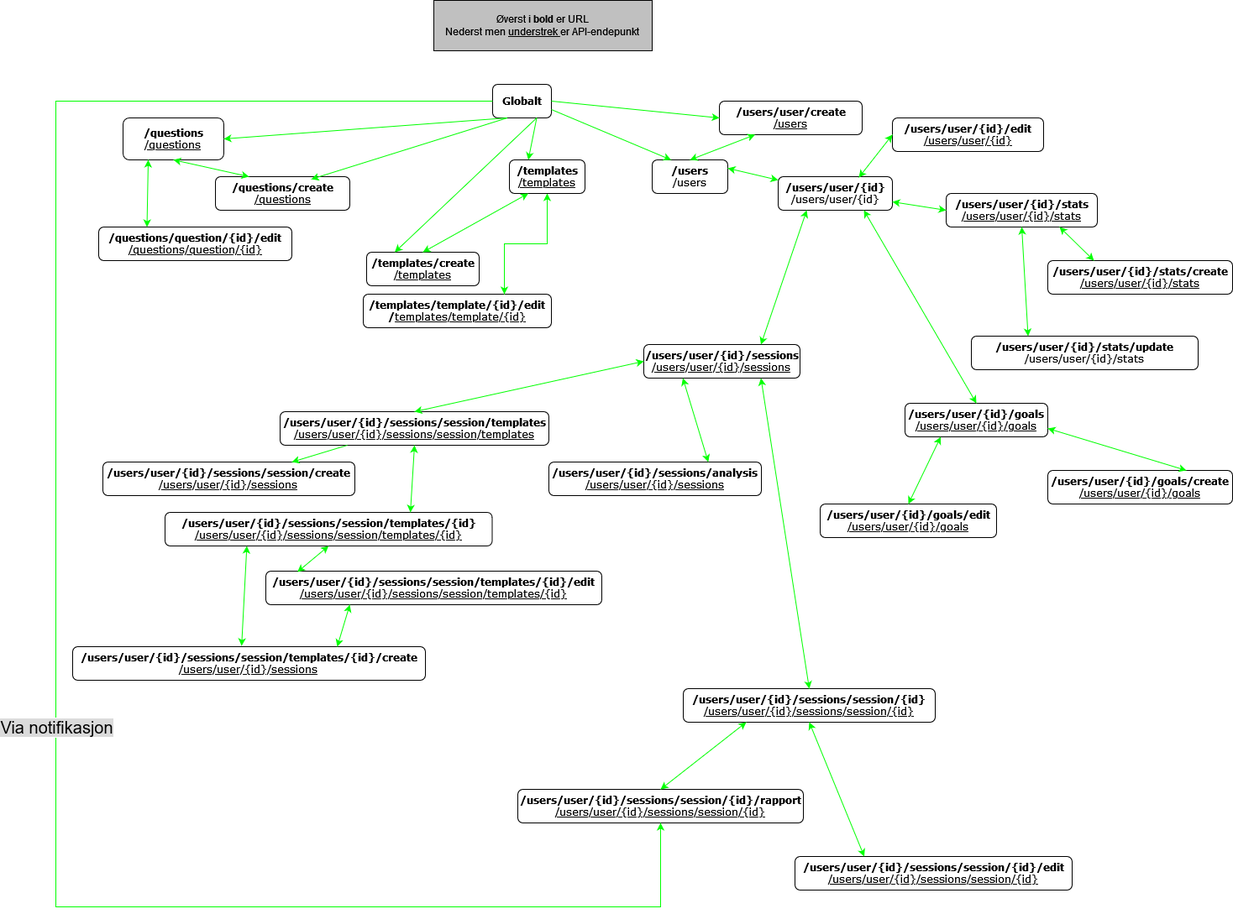
Earlier version of the draw.io export oppgave_2/oppg_2-1.drawio.png (Soso2509/WebApp-Eksamen2023). Source tidied: cells renumbered, new cells last; positions are measured from the earlier drawing's top-left corner, leaving out a move shared by most shapes.
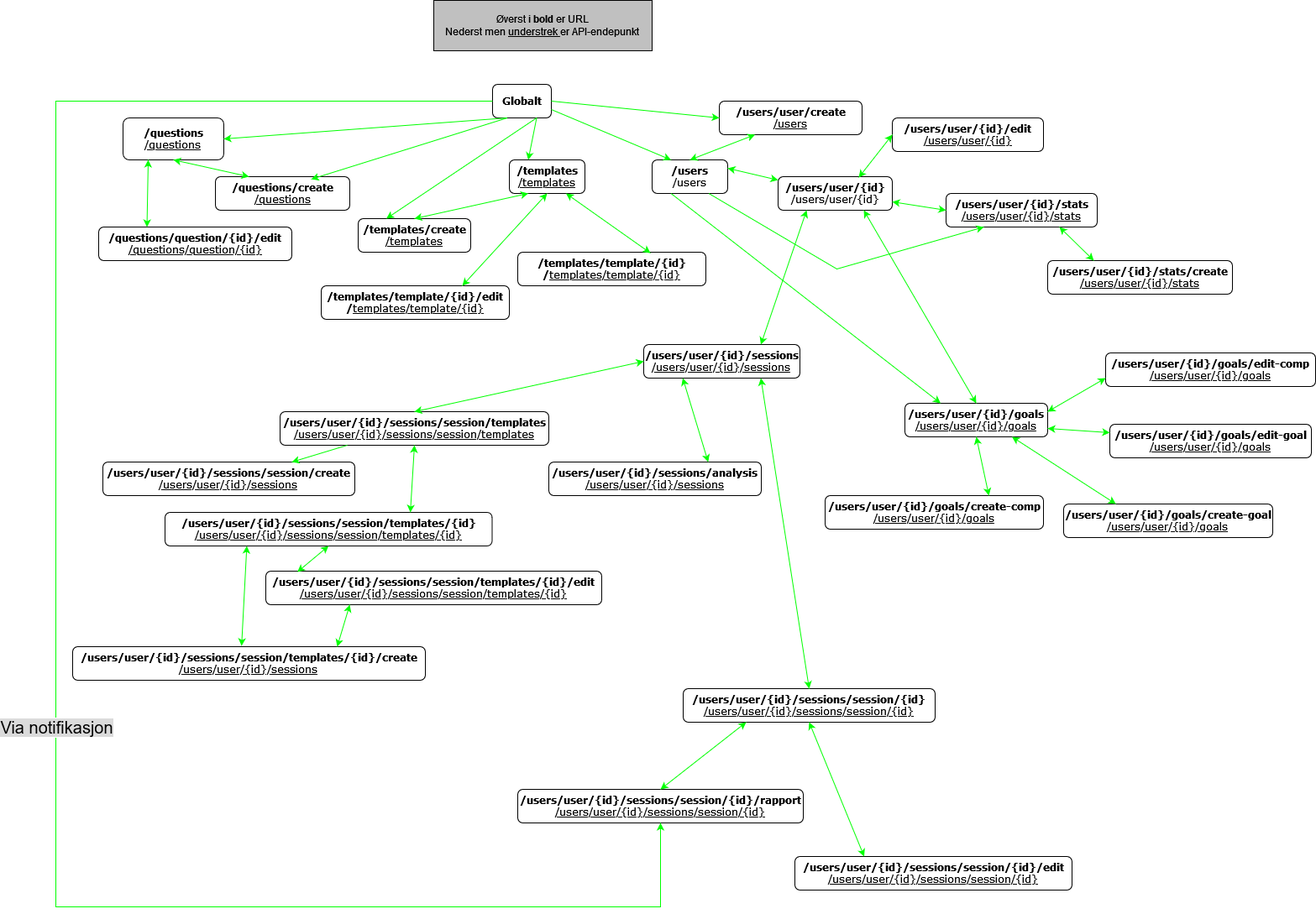
After the commit.

The edit, as a diff of the source:
```diff
@@ -6,14 +6,11 @@
       <mxGeometry x="710" y="190" width="90" height="40" as="geometry" />
     </mxCell>
     <mxCell id="3" value="&lt;div&gt;/templates/template/{id}/edit&lt;/div&gt;&lt;div&gt;/&lt;u style=&quot;font-weight: normal;&quot;&gt;templates/template/{id}&lt;/u&gt;&lt;/div&gt;" style="rounded=1;whiteSpace=wrap;html=1;fontFamily=Verdana;fontStyle=1;align=center;" parent="1" vertex="1">
-      <mxGeometry x="366" y="350" width="224" height="40" as="geometry" />
+      <mxGeometry x="316" y="340" width="224" height="40" as="geometry" />
     </mxCell>
     <mxCell id="4" value="Globalt" style="rounded=1;whiteSpace=wrap;html=1;fontFamily=Verdana;fontStyle=1;align=center;" parent="1" vertex="1">
       <mxGeometry x="520" y="100" width="70" height="40" as="geometry" />
     </mxCell>
-    <mxCell id="5" style="edgeStyle=orthogonalEdgeStyle;rounded=0;jettySize=auto;html=1;exitX=0.5;exitY=1;exitDx=0;exitDy=0;entryX=0.75;entryY=0;entryDx=0;entryDy=0;fontFamily=Verdana;fontStyle=1;align=center;fontColor=#00ff00;labelBackgroundColor=#000000;strokeColor=#00ff00;startArrow=classic;startFill=1;" parent="1" edge="1" source="6" target="3">
-      <mxGeometry relative="1" as="geometry" />
-    </mxCell>
     <mxCell id="6" value="&lt;div&gt;/templates&lt;/div&gt;&lt;div&gt;&lt;u style=&quot;font-weight: normal;&quot;&gt;/templates&lt;/u&gt;&lt;/div&gt;" style="rounded=1;whiteSpace=wrap;html=1;fontFamily=Verdana;fontStyle=1;align=center;" parent="1" vertex="1">
       <mxGeometry x="540" y="190" width="90" height="40" as="geometry" />
     </mxCell>
@@ -27,7 +24,7 @@
       <mxGeometry x="996" y="140" width="180" height="40" as="geometry" />
     </mxCell>
     <mxCell id="10" value="&lt;div&gt;/templates/create&lt;/div&gt;&lt;div&gt;&lt;u style=&quot;font-weight: normal;&quot;&gt;/templates&lt;/u&gt;&lt;/div&gt;" style="rounded=1;whiteSpace=wrap;html=1;fontFamily=Verdana;fontStyle=1;align=center;" parent="1" vertex="1">
-      <mxGeometry x="370" y="300" width="134" height="40" as="geometry" />
+      <mxGeometry x="360" y="260" width="134" height="40" as="geometry" />
     </mxCell>
     <mxCell id="11" style="endArrow=classic;html=1;rounded=0;entryX=0;entryY=0.5;entryDx=0;entryDy=0;fontFamily=Verdana;fontStyle=1;align=center;exitX=1;exitY=0.5;exitDx=0;exitDy=0;fontColor=#00ff00;labelBackgroundColor=#000000;strokeColor=#00ff00;" parent="1" edge="1" source="4" target="7">
       <mxGeometry relative="1" as="geometry" />
@@ -41,20 +38,17 @@
     <mxCell id="14" value="&lt;div&gt;/questions&lt;/div&gt;&lt;div&gt;&lt;u style=&quot;font-weight: normal;&quot;&gt;/questions&lt;/u&gt;&lt;br&gt;&lt;/div&gt;" style="rounded=1;whiteSpace=wrap;html=1;fontFamily=Verdana;fontStyle=1;align=center;" parent="1" vertex="1">
       <mxGeometry x="80" y="140" width="120" height="50" as="geometry" />
     </mxCell>
-    <mxCell id="15" value="&lt;div&gt;/users/user/{id}/goals/edit&lt;/div&gt;&lt;div&gt;&lt;span style=&quot;font-weight: normal;&quot;&gt;&lt;u&gt;/users/user/{id}/goals&lt;/u&gt;&lt;/span&gt;&lt;br&gt;&lt;/div&gt;" style="rounded=1;whiteSpace=wrap;html=1;fontFamily=Verdana;fontStyle=1;align=center;" parent="1" vertex="1">
-      <mxGeometry x="910" y="600" width="210" height="40" as="geometry" />
+    <mxCell id="15" value="&lt;div&gt;/users/user/{id}/goals/edit-comp&lt;/div&gt;&lt;div&gt;&lt;span style=&quot;font-weight: normal;&quot;&gt;&lt;u&gt;/users/user/{id}/goals&lt;/u&gt;&lt;/span&gt;&lt;br&gt;&lt;/div&gt;" style="rounded=1;whiteSpace=wrap;html=1;fontFamily=Verdana;fontStyle=1;align=center;" parent="1" vertex="1">
+      <mxGeometry x="1250" y="420" width="250" height="40" as="geometry" />
     </mxCell>
     <mxCell id="16" value="&lt;div&gt;/questions/question/{id}/edit&lt;/div&gt;&lt;div&gt;&lt;u style=&quot;font-weight: normal;&quot;&gt;/questions/question/{id}&lt;/u&gt;&lt;/div&gt;" style="rounded=1;whiteSpace=wrap;html=1;fontFamily=Verdana;fontStyle=1;align=center;" parent="1" vertex="1">
       <mxGeometry x="51" y="270" width="230" height="40" as="geometry" />
     </mxCell>
-    <mxCell id="17" value="&lt;div&gt;/users/user/{id}/stats/update&lt;/div&gt;&lt;div&gt;&lt;div&gt;&lt;span style=&quot;font-weight: normal;&quot;&gt;/users/user/{id}/stats&lt;/span&gt;&lt;br&gt;&lt;/div&gt;&lt;/div&gt;" style="rounded=1;whiteSpace=wrap;html=1;fontFamily=Verdana;fontStyle=1;align=center;" parent="1" vertex="1">
-      <mxGeometry x="1090" y="400" width="270" height="40" as="geometry" />
-    </mxCell>
     <mxCell id="18" value="&lt;div&gt;/users/user/{id}/goals&lt;/div&gt;&lt;div&gt;&lt;span style=&quot;font-weight: normal;&quot;&gt;&lt;u&gt;/users/user/{id}/goals&lt;/u&gt;&lt;/span&gt;&lt;/div&gt;" style="rounded=1;whiteSpace=wrap;html=1;fontFamily=Verdana;fontStyle=1;align=center;" parent="1" vertex="1">
       <mxGeometry x="1011" y="480" width="170" height="40" as="geometry" />
     </mxCell>
-    <mxCell id="19" value="&lt;div&gt;/users/user/{id}/goals/create&lt;/div&gt;&lt;div&gt;&lt;span style=&quot;font-weight: normal;&quot;&gt;&lt;u&gt;/users/user/{id}/goals&lt;/u&gt;&lt;/span&gt;&lt;br&gt;&lt;/div&gt;" style="rounded=1;whiteSpace=wrap;html=1;fontFamily=Verdana;fontStyle=1;align=center;" parent="1" vertex="1">
-      <mxGeometry x="1181" y="560" width="220" height="40" as="geometry" />
+    <mxCell id="19" value="&lt;div&gt;/users/user/{id}/goals/create-comp&lt;/div&gt;&lt;div&gt;&lt;span style=&quot;font-weight: normal;&quot;&gt;&lt;u&gt;/users/user/{id}/goals&lt;/u&gt;&lt;/span&gt;&lt;br&gt;&lt;/div&gt;" style="rounded=1;whiteSpace=wrap;html=1;fontFamily=Verdana;fontStyle=1;align=center;" parent="1" vertex="1">
+      <mxGeometry x="916" y="590" width="260" height="40" as="geometry" />
     </mxCell>
     <mxCell id="20" value="&lt;div&gt;/users/user/{id}/sessions/session/create&lt;/div&gt;&lt;div&gt;&lt;span style=&quot;font-weight: normal;&quot;&gt;&lt;u&gt;/users/user/{id}/sessions&lt;/u&gt;&lt;/span&gt;&lt;br&gt;&lt;/div&gt;" style="rounded=1;whiteSpace=wrap;html=1;fontFamily=Verdana;fontStyle=1;align=center;" parent="1" vertex="1">
       <mxGeometry x="56" y="550" width="300" height="40" as="geometry" />
@@ -107,19 +101,16 @@
     <mxCell id="36" style="endArrow=classic;html=1;rounded=0;entryX=0.25;entryY=0;entryDx=0;entryDy=0;exitX=0.25;exitY=1;exitDx=0;exitDy=0;fontFamily=Verdana;fontStyle=1;align=center;fontColor=#00ff00;labelBackgroundColor=#000000;strokeColor=#00ff00;startArrow=classic;startFill=1;" parent="1" edge="1" source="14" target="16">
       <mxGeometry relative="1" as="geometry" />
     </mxCell>
-    <mxCell id="37" style="endArrow=classic;html=1;rounded=0;exitX=0.5;exitY=1;exitDx=0;exitDy=0;entryX=0.25;entryY=0;entryDx=0;entryDy=0;fontFamily=Verdana;fontStyle=1;align=center;fontColor=#00ff00;labelBackgroundColor=#000000;strokeColor=#00ff00;startArrow=classic;startFill=1;" parent="1" edge="1" source="21" target="17">
-      <mxGeometry relative="1" as="geometry" />
-    </mxCell>
     <mxCell id="38" style="endArrow=classic;html=1;rounded=0;exitX=0.75;exitY=1;exitDx=0;exitDy=0;entryX=0.25;entryY=0;entryDx=0;entryDy=0;fontFamily=Verdana;fontStyle=1;align=center;fontColor=#00ff00;labelBackgroundColor=#000000;strokeColor=#00ff00;startArrow=classic;startFill=1;" parent="1" edge="1" source="21" target="22">
       <mxGeometry relative="1" as="geometry" />
     </mxCell>
     <mxCell id="39" style="endArrow=classic;html=1;rounded=0;entryX=0;entryY=0.5;entryDx=0;entryDy=0;exitX=1;exitY=0.75;exitDx=0;exitDy=0;fontFamily=Verdana;fontStyle=1;align=center;fontColor=#00ff00;labelBackgroundColor=#000000;strokeColor=#00ff00;startArrow=classic;startFill=1;" parent="1" edge="1" source="8" target="21">
       <mxGeometry relative="1" as="geometry" />
     </mxCell>
-    <mxCell id="40" style="endArrow=classic;html=1;rounded=0;entryX=0.5;entryY=0;entryDx=0;entryDy=0;exitX=0.25;exitY=1;exitDx=0;exitDy=0;fontFamily=Verdana;fontStyle=1;align=center;fontColor=#00ff00;labelBackgroundColor=#000000;strokeColor=#00ff00;startArrow=classic;startFill=1;" parent="1" edge="1" source="18" target="15">
+    <mxCell id="40" style="endArrow=classic;html=1;rounded=0;entryX=0;entryY=0.75;entryDx=0;entryDy=0;exitX=1;exitY=0.25;exitDx=0;exitDy=0;fontFamily=Verdana;fontStyle=1;align=center;fontColor=#00ff00;labelBackgroundColor=#000000;strokeColor=#00ff00;startArrow=classic;startFill=1;" parent="1" edge="1" source="18" target="15">
       <mxGeometry relative="1" as="geometry" />
     </mxCell>
-    <mxCell id="41" style="endArrow=classic;html=1;rounded=0;entryX=0.75;entryY=0;entryDx=0;entryDy=0;exitX=1;exitY=0.75;exitDx=0;exitDy=0;fontFamily=Verdana;fontStyle=1;align=center;fontColor=#00ff00;labelBackgroundColor=#000000;strokeColor=#00ff00;startArrow=classic;startFill=1;" parent="1" edge="1" source="18" target="19">
+    <mxCell id="41" style="endArrow=classic;html=1;rounded=0;entryX=0.75;entryY=0;entryDx=0;entryDy=0;exitX=0.5;exitY=1;exitDx=0;exitDy=0;fontFamily=Verdana;fontStyle=1;align=center;fontColor=#00ff00;labelBackgroundColor=#000000;strokeColor=#00ff00;startArrow=classic;startFill=1;" parent="1" edge="1" source="18" target="19">
       <mxGeometry relative="1" as="geometry" />
     </mxCell>
     <mxCell id="42" style="endArrow=classic;html=1;rounded=0;entryX=0.5;entryY=0;entryDx=0;entryDy=0;exitX=0.75;exitY=1;exitDx=0;exitDy=0;fontFamily=Verdana;fontStyle=1;align=center;fontColor=#00ff00;labelBackgroundColor=#000000;strokeColor=#00ff00;startArrow=classic;startFill=1;" parent="1" edge="1" source="8" target="18">
@@ -190,5 +181,36 @@
     <mxCell id="61" value="&lt;div&gt;Øverst i &lt;b&gt;bold &lt;/b&gt;er URL&lt;/div&gt;&lt;div&gt;Nederst men &lt;u&gt;understrek &lt;/u&gt;er API-endepunkt&lt;br&gt;&lt;/div&gt;" style="whiteSpace=wrap;html=1;fillColor=#c0c0c0;" parent="1" vertex="1">
       <mxGeometry x="450" width="260" height="60" as="geometry" />
     </mxCell>
+    <mxCell id="62" style="endArrow=classic;html=1;rounded=0;entryX=0.25;entryY=0;entryDx=0;entryDy=0;fontFamily=Verdana;fontStyle=1;align=center;exitX=0.25;exitY=1;exitDx=0;exitDy=0;fontColor=#00ff00;labelBackgroundColor=#000000;strokeColor=#00ff00;" parent="1" edge="1" source="2" target="18">
+      <mxGeometry relative="1" as="geometry" />
+    </mxCell>
+    <mxCell id="63" style="endArrow=classic;html=1;rounded=0;entryX=0.25;entryY=1;entryDx=0;entryDy=0;fontFamily=Verdana;fontStyle=1;align=center;exitX=0.75;exitY=1;exitDx=0;exitDy=0;fontColor=#00ff00;labelBackgroundColor=#000000;strokeColor=#00ff00;" parent="1" edge="1" source="2" target="21">
+      <mxGeometry relative="1" as="geometry">
+        <Array as="points">
+          <mxPoint x="930" y="320" />
+        </Array>
+      </mxGeometry>
+    </mxCell>
+    <mxCell id="64" value="&lt;div&gt;/templates/template/{id}&lt;/div&gt;&lt;div&gt;/&lt;u style=&quot;font-weight: normal;&quot;&gt;templates/template/{id}&lt;/u&gt;&lt;/div&gt;" style="rounded=1;whiteSpace=wrap;html=1;fontFamily=Verdana;fontStyle=1;align=center;" parent="1" vertex="1">
+      <mxGeometry x="550" y="300" width="224" height="40" as="geometry" />
+    </mxCell>
+    <mxCell id="5" style="endArrow=classic;html=1;rounded=0;entryX=0.75;entryY=0;entryDx=0;entryDy=0;exitX=0.5;exitY=1;exitDx=0;exitDy=0;fontFamily=Verdana;fontStyle=1;align=center;fontColor=#00ff00;labelBackgroundColor=#000000;strokeColor=#00ff00;startArrow=classic;startFill=1;" parent="1" edge="1" source="6" target="3">
+      <mxGeometry relative="1" as="geometry" />
+    </mxCell>
+    <mxCell id="65" style="endArrow=classic;html=1;rounded=0;entryX=0.706;entryY=0.028;entryDx=0;entryDy=0;exitX=0.75;exitY=1;exitDx=0;exitDy=0;fontFamily=Verdana;fontStyle=1;align=center;fontColor=#00ff00;labelBackgroundColor=#000000;strokeColor=#00ff00;startArrow=classic;startFill=1;entryPerimeter=0;" parent="1" edge="1" source="6" target="64">
+      <mxGeometry relative="1" as="geometry" />
+    </mxCell>
+    <mxCell id="66" value="&lt;div&gt;/users/user/{id}/goals/edit-goal&lt;/div&gt;&lt;div&gt;&lt;span style=&quot;font-weight: normal;&quot;&gt;&lt;u&gt;/users/user/{id}/goals&lt;/u&gt;&lt;/span&gt;&lt;br&gt;&lt;/div&gt;" style="rounded=1;whiteSpace=wrap;html=1;fontFamily=Verdana;fontStyle=1;align=center;" parent="1" vertex="1">
+      <mxGeometry x="1255" y="505" width="240" height="40" as="geometry" />
+    </mxCell>
+    <mxCell id="67" value="&lt;div&gt;/users/user/{id}/goals/create-goal&lt;/div&gt;&lt;div&gt;&lt;span style=&quot;font-weight: normal;&quot;&gt;&lt;u&gt;/users/user/{id}/goals&lt;/u&gt;&lt;/span&gt;&lt;br&gt;&lt;/div&gt;" style="rounded=1;whiteSpace=wrap;html=1;fontFamily=Verdana;fontStyle=1;align=center;" parent="1" vertex="1">
+      <mxGeometry x="1200" y="600" width="249" height="40" as="geometry" />
+    </mxCell>
+    <mxCell id="68" style="endArrow=classic;html=1;rounded=0;entryX=0;entryY=0.25;entryDx=0;entryDy=0;exitX=1;exitY=0.75;exitDx=0;exitDy=0;fontFamily=Verdana;fontStyle=1;align=center;fontColor=#00ff00;labelBackgroundColor=#000000;strokeColor=#00ff00;startArrow=classic;startFill=1;" parent="1" edge="1" source="18" target="66">
+      <mxGeometry relative="1" as="geometry" />
+    </mxCell>
+    <mxCell id="69" style="endArrow=classic;html=1;rounded=0;entryX=0.25;entryY=0;entryDx=0;entryDy=0;exitX=0.75;exitY=1;exitDx=0;exitDy=0;fontFamily=Verdana;fontStyle=1;align=center;fontColor=#00ff00;labelBackgroundColor=#000000;strokeColor=#00ff00;startArrow=classic;startFill=1;" parent="1" edge="1" source="18" target="67">
+      <mxGeometry relative="1" as="geometry" />
+    </mxCell>
   </root>
 </mxGraphModel>
```
